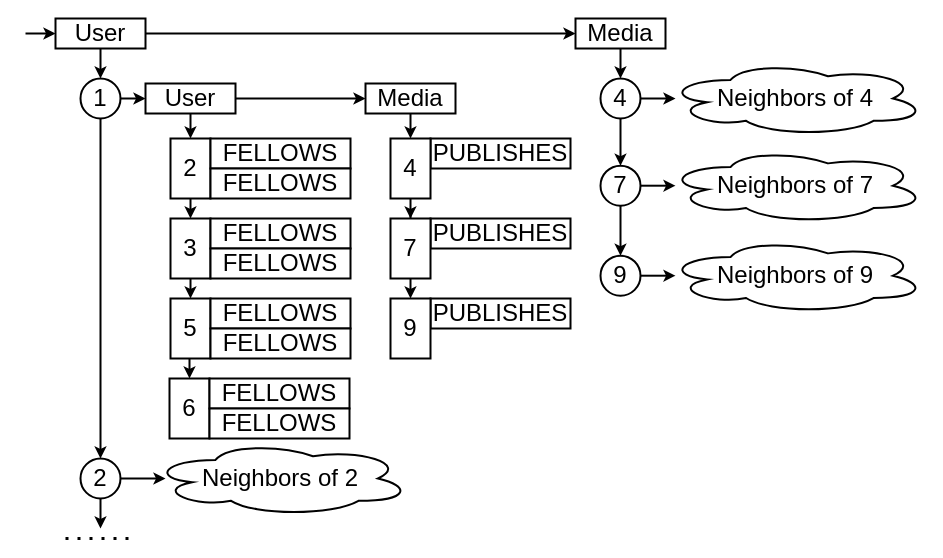
This is img/data_example.drawio from E-Neo/opgm-paper, a draw.io file, before an edit. Source tidied: cells renumbered, new cells numbered last; positions are measured from the earlier drawing's top-left corner, leaving out a move shared by most shapes. Both pictures are drawn from the tidied source at 100%, with x=0, y=0 at pixel (25, 18).
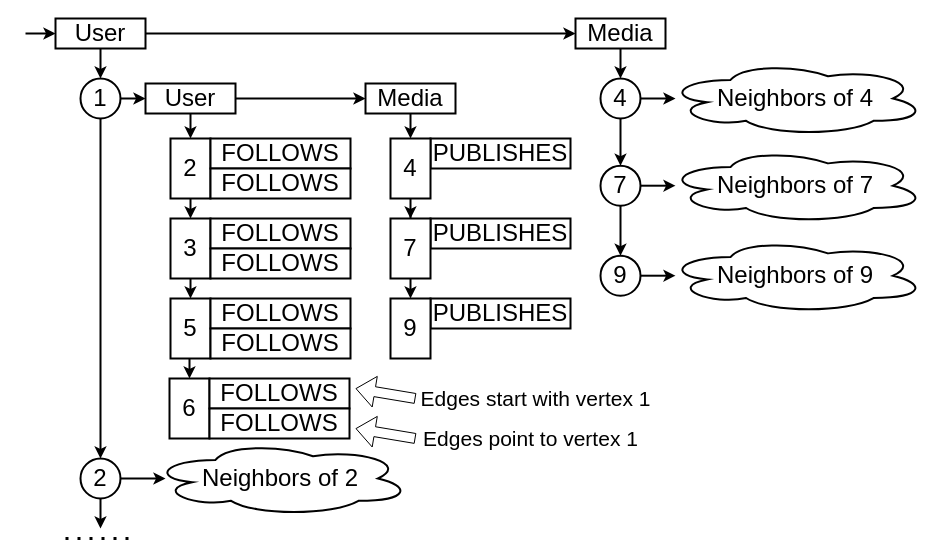
The same diagram, later.

Commit message (it also covers changes not shown here):
update data_example

What changed in the source:
```diff
@@
-    <mxCell id="16" value="&lt;font style=&quot;font-size: 24px&quot;&gt;FELLOWS&lt;br&gt;&lt;/font&gt;" style="rounded=0;whiteSpace=wrap;html=1;strokeWidth=2;" parent="1" vertex="1">
+    <mxCell id="16" value="&lt;font style=&quot;font-size: 24px&quot;&gt;FOLLOWS&lt;br&gt;&lt;/font&gt;" style="rounded=0;whiteSpace=wrap;html=1;strokeWidth=2;" parent="1" vertex="1">
       <mxGeometry x="185" y="120" width="140" height="30" as="geometry" />
     </mxCell>
-    <mxCell id="17" value="&lt;font style=&quot;font-size: 24px&quot;&gt;FELLOWS&lt;br&gt;&lt;/font&gt;" style="rounded=0;whiteSpace=wrap;html=1;strokeWidth=2;" parent="1" vertex="1">
+    <mxCell id="17" value="&lt;font style=&quot;font-size: 24px&quot;&gt;FOLLOWS&lt;br&gt;&lt;/font&gt;" style="rounded=0;whiteSpace=wrap;html=1;strokeWidth=2;" parent="1" vertex="1">
       <mxGeometry x="185" y="150" width="140" height="30" as="geometry" />
     </mxCell>
@@
-    <mxCell id="20" value="&lt;font style=&quot;font-size: 24px&quot;&gt;FELLOWS&lt;br&gt;&lt;/font&gt;" style="rounded=0;whiteSpace=wrap;html=1;strokeWidth=2;" parent="1" vertex="1">
+    <mxCell id="20" value="&lt;font style=&quot;font-size: 24px&quot;&gt;FOLLOWS&lt;br&gt;&lt;/font&gt;" style="rounded=0;whiteSpace=wrap;html=1;strokeWidth=2;" parent="1" vertex="1">
       <mxGeometry x="185" y="200" width="140" height="30" as="geometry" />
     </mxCell>
-    <mxCell id="21" value="&lt;font style=&quot;font-size: 24px&quot;&gt;FELLOWS&lt;br&gt;&lt;/font&gt;" style="rounded=0;whiteSpace=wrap;html=1;strokeWidth=2;" parent="1" vertex="1">
+    <mxCell id="21" value="&lt;font style=&quot;font-size: 24px&quot;&gt;FOLLOWS&lt;br&gt;&lt;/font&gt;" style="rounded=0;whiteSpace=wrap;html=1;strokeWidth=2;" parent="1" vertex="1">
       <mxGeometry x="185" y="230" width="140" height="30" as="geometry" />
     </mxCell>
@@
-    <mxCell id="24" value="&lt;font style=&quot;font-size: 24px&quot;&gt;FELLOWS&lt;br&gt;&lt;/font&gt;" style="rounded=0;whiteSpace=wrap;html=1;strokeWidth=2;" parent="1" vertex="1">
+    <mxCell id="24" value="&lt;font style=&quot;font-size: 24px&quot;&gt;FOLLOWS&lt;br&gt;&lt;/font&gt;" style="rounded=0;whiteSpace=wrap;html=1;strokeWidth=2;" parent="1" vertex="1">
       <mxGeometry x="185" y="280" width="140" height="30" as="geometry" />
     </mxCell>
-    <mxCell id="25" value="&lt;font style=&quot;font-size: 24px&quot;&gt;FELLOWS&lt;br&gt;&lt;/font&gt;" style="rounded=0;whiteSpace=wrap;html=1;strokeWidth=2;" parent="1" vertex="1">
+    <mxCell id="25" value="&lt;font style=&quot;font-size: 24px&quot;&gt;FOLLOWS&lt;br&gt;&lt;/font&gt;" style="rounded=0;whiteSpace=wrap;html=1;strokeWidth=2;" parent="1" vertex="1">
       <mxGeometry x="185" y="310" width="140" height="30" as="geometry" />
     </mxCell>
@@
-    <mxCell id="27" value="&lt;font style=&quot;font-size: 24px&quot;&gt;FELLOWS&lt;br&gt;&lt;/font&gt;" style="rounded=0;whiteSpace=wrap;html=1;strokeWidth=2;" parent="1" vertex="1">
+    <mxCell id="27" value="&lt;font style=&quot;font-size: 24px&quot;&gt;FOLLOWS&lt;br&gt;&lt;/font&gt;" style="rounded=0;whiteSpace=wrap;html=1;strokeWidth=2;" parent="1" vertex="1">
       <mxGeometry x="184" y="360" width="140" height="30" as="geometry" />
     </mxCell>
-    <mxCell id="28" value="&lt;font style=&quot;font-size: 24px&quot;&gt;FELLOWS&lt;br&gt;&lt;/font&gt;" style="rounded=0;whiteSpace=wrap;html=1;strokeWidth=2;" parent="1" vertex="1">
+    <mxCell id="28" value="&lt;font style=&quot;font-size: 24px&quot;&gt;FOLLOWS&lt;br&gt;&lt;/font&gt;" style="rounded=0;whiteSpace=wrap;html=1;strokeWidth=2;" parent="1" vertex="1">
       <mxGeometry x="184" y="390" width="140" height="30" as="geometry" />
     </mxCell>
@@
+    <mxCell id="55" style="shape=flexArrow;endArrow=classic;html=1;" parent="1" edge="1">
+      <mxGeometry relative="1" as="geometry">
+        <mxPoint x="390" y="380" as="sourcePoint" />
+        <mxPoint x="330" y="370" as="targetPoint" />
+      </mxGeometry>
+    </mxCell>
+    <mxCell id="56" style="shape=flexArrow;endArrow=classic;html=1;" parent="1" edge="1">
+      <mxGeometry relative="1" as="geometry">
+        <mxPoint x="390" y="420" as="sourcePoint" />
+        <mxPoint x="330" y="410" as="targetPoint" />
+      </mxGeometry>
+    </mxCell>
+    <mxCell id="57" value="&lt;font style=&quot;font-size: 21px&quot;&gt;Edges start with vertex 1&lt;/font&gt;" style="text;html=1;align=center;verticalAlign=middle;" parent="1" vertex="1">
+      <mxGeometry x="385" y="370" width="250" height="20" as="geometry" />
+    </mxCell>
+    <mxCell id="58" value="&lt;font style=&quot;font-size: 21px&quot;&gt;Edges point to vertex 1&lt;/font&gt;" style="text;html=1;align=center;verticalAlign=middle;" parent="1" vertex="1">
+      <mxGeometry x="390" y="410" width="230" height="20" as="geometry" />
+    </mxCell>
```
